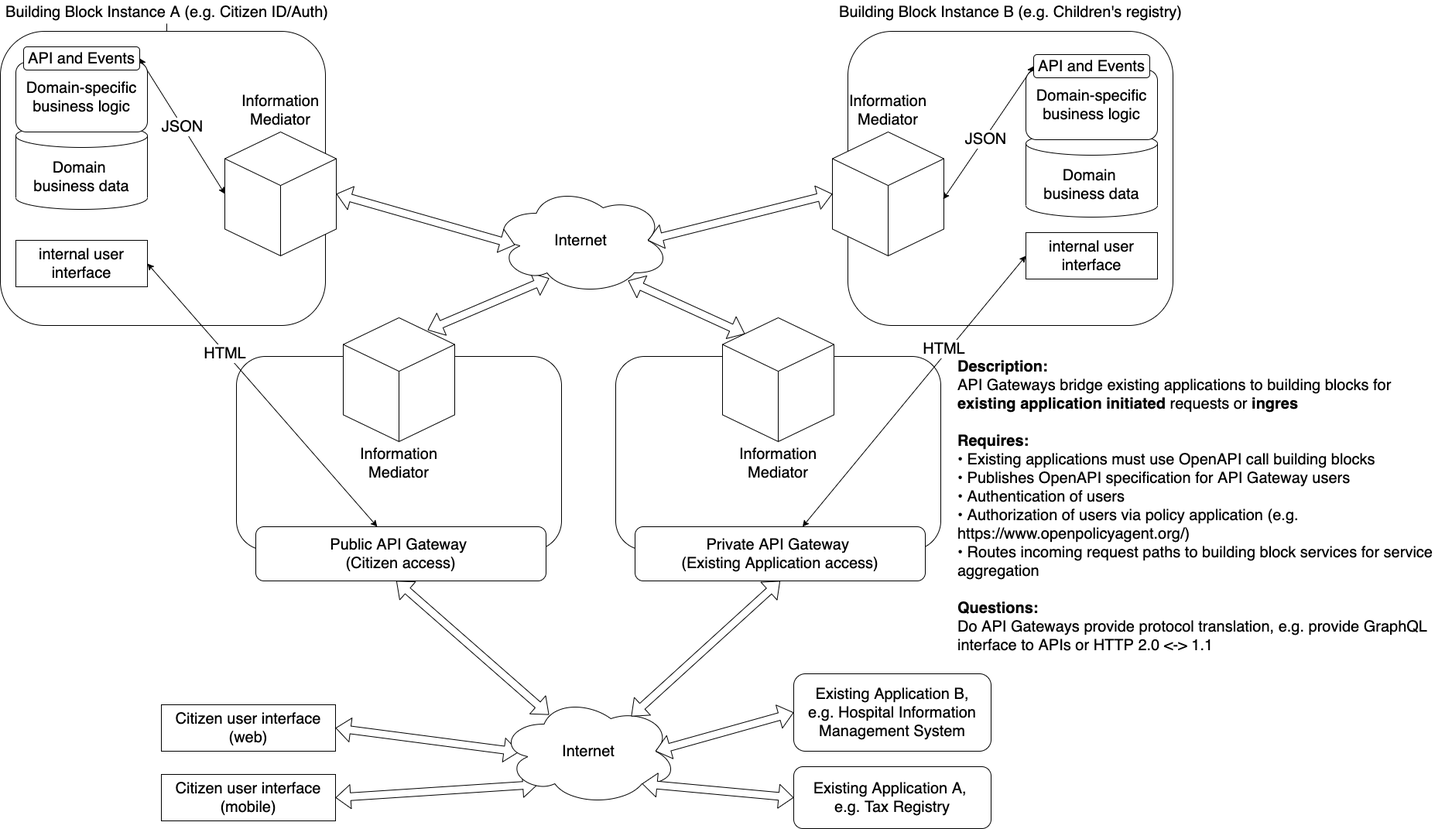
This is diagrams/api_gateways.png from GovStackWorkingGroup/BuildingBlockAPI, a draw.io export, as it was before one commit. Source tidied: cells renumbered, new cells last; positions are measured from the earlier drawing's top-left corner, leaving out a move shared by most shapes.
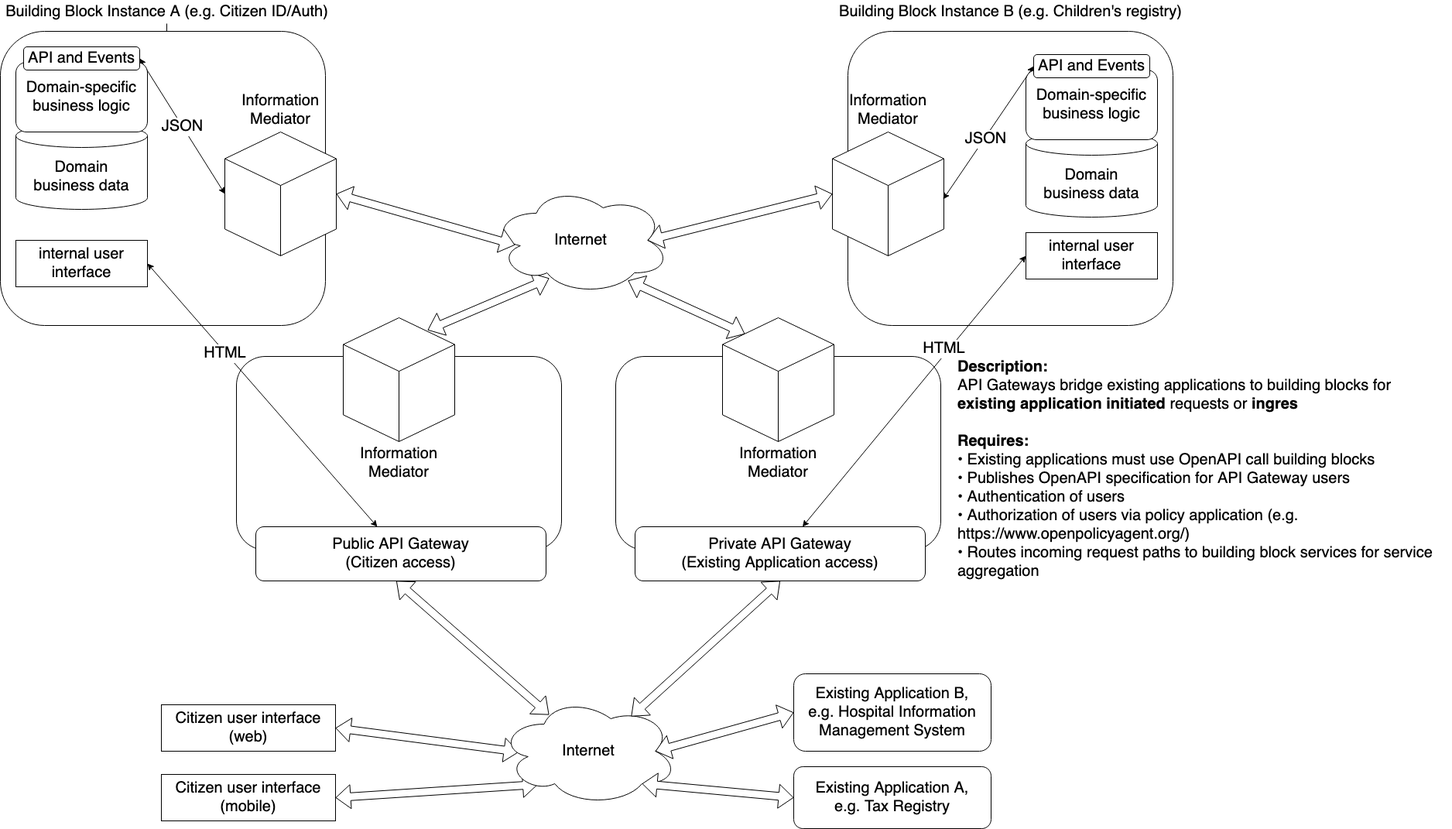
The same file after the commit.

Commit message:
Move questions to documents

Change to the diagram source:
```diff
@@ -149,7 +149,7 @@
     <mxCell id="50" value="&lt;font style=&quot;font-size: 20px&quot;&gt;Building Block Instance B (e.g. Children's registry)&lt;/font&gt;" style="text;html=1;align=center;verticalAlign=middle;strokeColor=none;fontSize=20;" parent="39" vertex="1">
       <mxGeometry x="-30" width="480" height="30" as="geometry" />
     </mxCell>
-    <mxCell id="51" value="&lt;div&gt;&lt;font face=&quot;helvetica&quot;&gt;&lt;span style=&quot;font-size: 20px&quot;&gt;&lt;b&gt;Description:&lt;/b&gt;&lt;/span&gt;&lt;/font&gt;&lt;/div&gt;&lt;div&gt;&lt;font face=&quot;helvetica&quot;&gt;&lt;span style=&quot;font-size: 20px&quot;&gt;API Gateways bridge existing applications to building blocks for &lt;b&gt;existing application initiated&lt;/b&gt; requests or &lt;b&gt;ingres&lt;/b&gt;&lt;/span&gt;&lt;/font&gt;&lt;/div&gt;&lt;div&gt;&lt;font face=&quot;helvetica&quot;&gt;&lt;span style=&quot;font-size: 20px&quot;&gt;&lt;b&gt;&lt;br&gt;&lt;/b&gt;&lt;/span&gt;&lt;/font&gt;&lt;/div&gt;&lt;div&gt;&lt;font face=&quot;helvetica&quot;&gt;&lt;span style=&quot;font-size: 20px&quot;&gt;&lt;b&gt;Requires:&lt;/b&gt;&lt;/span&gt;&lt;/font&gt;&lt;/div&gt;&lt;div&gt;&lt;font face=&quot;helvetica&quot;&gt;&lt;span style=&quot;font-size: 20px&quot;&gt;• Existing applications must use OpenAPI call building blocks&lt;/span&gt;&lt;/font&gt;&lt;/div&gt;&lt;div&gt;&lt;b style=&quot;font-family: &amp;#34;helvetica&amp;#34; ; font-size: 20px&quot;&gt;•&amp;nbsp;&lt;/b&gt;&lt;span style=&quot;font-family: &amp;#34;helvetica&amp;#34; ; font-size: 20px&quot;&gt;Publishes&amp;nbsp;OpenAPI specification for API Gateway users&lt;/span&gt;&lt;font face=&quot;helvetica&quot;&gt;&lt;span style=&quot;font-size: 20px&quot;&gt;&lt;br&gt;&lt;/span&gt;&lt;/font&gt;&lt;/div&gt;&lt;div&gt;&lt;span style=&quot;font-size: 20px&quot;&gt;&lt;font face=&quot;helvetica&quot;&gt;• Authentication of users&lt;/font&gt;&lt;/span&gt;&lt;/div&gt;&lt;div&gt;&lt;span style=&quot;font-size: 20px&quot;&gt;&lt;font face=&quot;helvetica&quot;&gt;• Authorization of users via policy application (e.g.&amp;nbsp;&lt;/font&gt;&lt;/span&gt;&lt;/div&gt;&lt;font face=&quot;helvetica&quot;&gt;&lt;span style=&quot;font-size: 20px&quot;&gt;https://www.openpolicyagent.org/)&lt;br&gt;• Routes incoming request paths to building block services for service aggregation&lt;br&gt;&lt;br&gt;&lt;b&gt;Questions:&lt;/b&gt;&lt;br&gt;Do API Gateways provide protocol translation, e.g. provide GraphQL interface to APIs or HTTP 2.0 &amp;lt;-&amp;gt; 1.1&lt;br&gt;&lt;br&gt;&lt;/span&gt;&lt;/font&gt;&lt;div&gt;&lt;br&gt;&lt;/div&gt;&lt;div&gt;&lt;/div&gt;&lt;div&gt;&lt;br&gt;&lt;/div&gt;" style="text;whiteSpace=wrap;html=1;align=left;" parent="1" vertex="1">
+    <mxCell id="51" value="&lt;div&gt;&lt;font face=&quot;helvetica&quot;&gt;&lt;span style=&quot;font-size: 20px&quot;&gt;&lt;b&gt;Description:&lt;/b&gt;&lt;/span&gt;&lt;/font&gt;&lt;/div&gt;&lt;div&gt;&lt;font face=&quot;helvetica&quot;&gt;&lt;span style=&quot;font-size: 20px&quot;&gt;API Gateways bridge existing applications to building blocks for &lt;b&gt;existing application initiated&lt;/b&gt; requests or &lt;b&gt;ingres&lt;/b&gt;&lt;/span&gt;&lt;/font&gt;&lt;/div&gt;&lt;div&gt;&lt;font face=&quot;helvetica&quot;&gt;&lt;span style=&quot;font-size: 20px&quot;&gt;&lt;b&gt;&lt;br&gt;&lt;/b&gt;&lt;/span&gt;&lt;/font&gt;&lt;/div&gt;&lt;div&gt;&lt;font face=&quot;helvetica&quot;&gt;&lt;span style=&quot;font-size: 20px&quot;&gt;&lt;b&gt;Requires:&lt;/b&gt;&lt;/span&gt;&lt;/font&gt;&lt;/div&gt;&lt;div&gt;&lt;font face=&quot;helvetica&quot;&gt;&lt;span style=&quot;font-size: 20px&quot;&gt;• Existing applications must use OpenAPI call building blocks&lt;/span&gt;&lt;/font&gt;&lt;/div&gt;&lt;div&gt;&lt;b style=&quot;font-family: &amp;#34;helvetica&amp;#34; ; font-size: 20px&quot;&gt;•&amp;nbsp;&lt;/b&gt;&lt;span style=&quot;font-family: &amp;#34;helvetica&amp;#34; ; font-size: 20px&quot;&gt;Publishes&amp;nbsp;OpenAPI specification for API Gateway users&lt;/span&gt;&lt;font face=&quot;helvetica&quot;&gt;&lt;span style=&quot;font-size: 20px&quot;&gt;&lt;br&gt;&lt;/span&gt;&lt;/font&gt;&lt;/div&gt;&lt;div&gt;&lt;span style=&quot;font-size: 20px&quot;&gt;&lt;font face=&quot;helvetica&quot;&gt;• Authentication of users&lt;/font&gt;&lt;/span&gt;&lt;/div&gt;&lt;div&gt;&lt;span style=&quot;font-size: 20px&quot;&gt;&lt;font face=&quot;helvetica&quot;&gt;• Authorization of users via policy application (e.g.&amp;nbsp;&lt;/font&gt;&lt;/span&gt;&lt;/div&gt;&lt;font face=&quot;helvetica&quot;&gt;&lt;span style=&quot;font-size: 20px&quot;&gt;https://www.openpolicyagent.org/)&lt;br&gt;• Routes incoming request paths to building block services for service aggregation&lt;br&gt;&lt;br&gt;&lt;/span&gt;&lt;/font&gt;&lt;div&gt;&lt;br&gt;&lt;/div&gt;&lt;div&gt;&lt;/div&gt;&lt;div&gt;&lt;br&gt;&lt;/div&gt;" style="text;whiteSpace=wrap;html=1;align=left;" parent="1" vertex="1">
       <mxGeometry x="1235" y="455" width="640" height="415" as="geometry" />
     </mxCell>
     <mxCell id="52" style="endArrow=classic;html=1;entryX=1;entryY=0.5;entryDx=0;entryDy=0;startArrow=classic;startFill=1;fontSize=20;" parent="1" edge="1" source="38" target="20">
```
